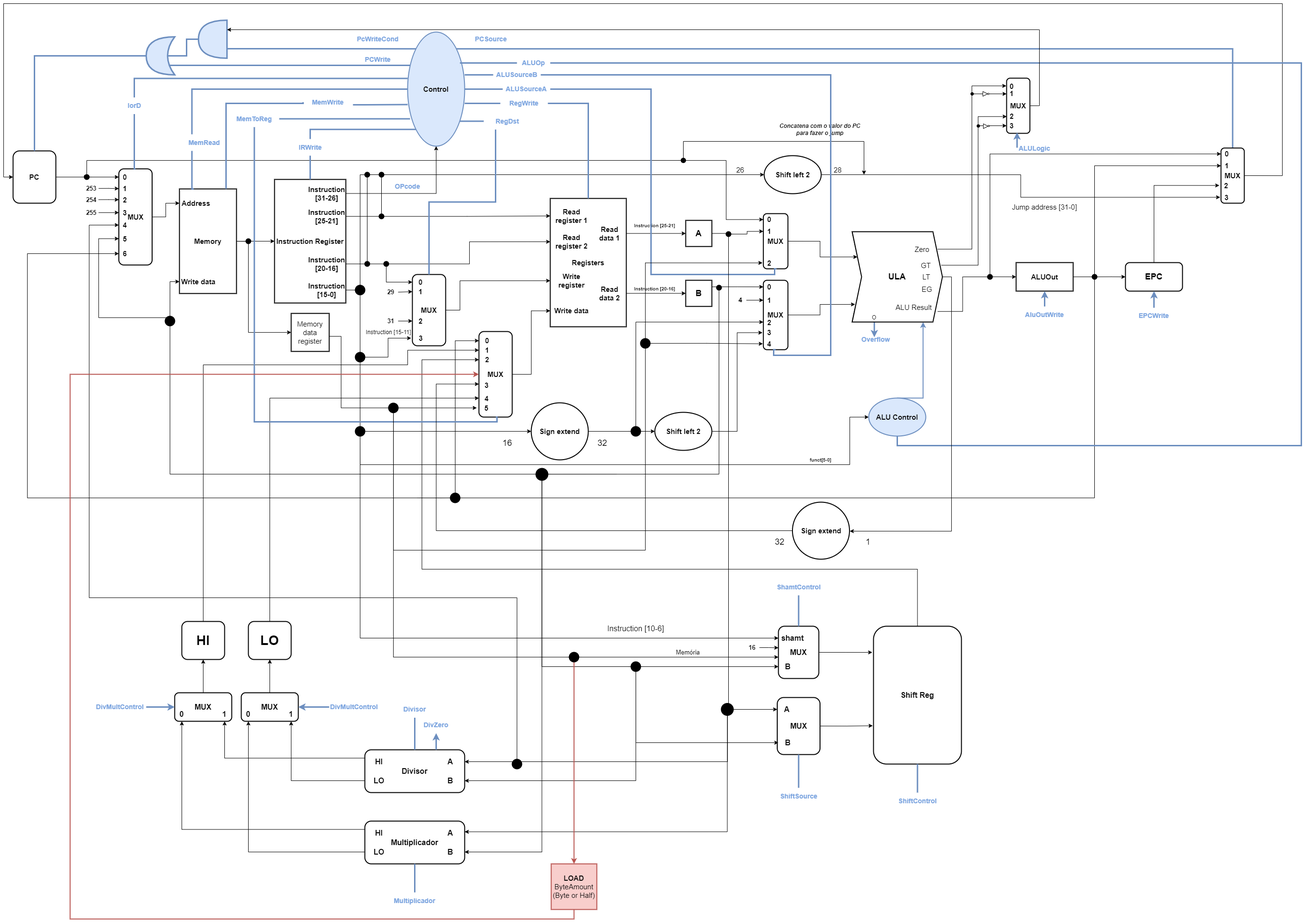
The draw.io diagram Projeto/Unidade de Processamento/Unidade de Processamento.png in phdfreitas/infrahw-2021-2, before a commit. Source tidied: cells renumbered, new cells last; positions are measured from the earlier drawing's top-left corner, leaving out a move shared by most shapes.
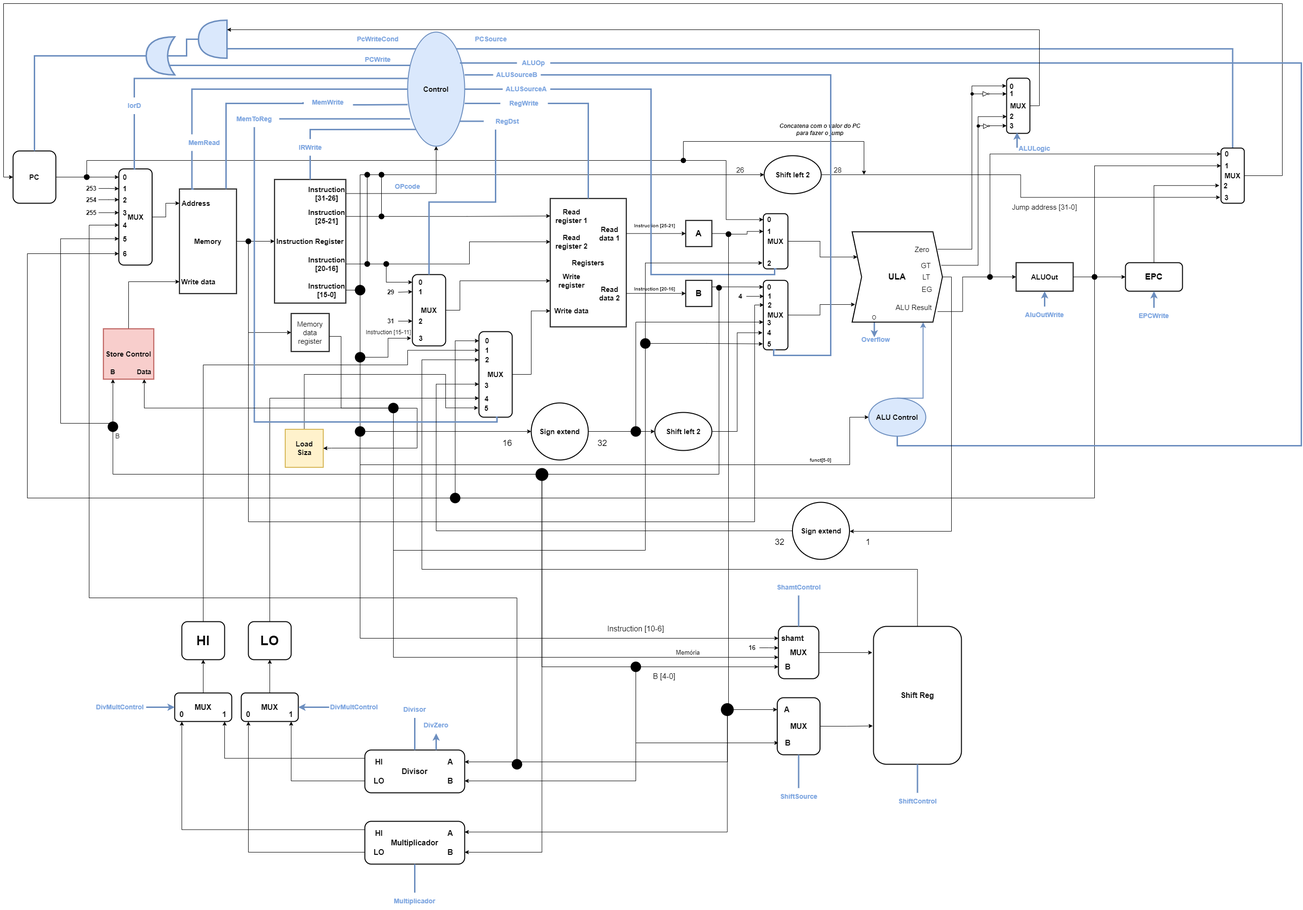
The same file after the commit.

Commit message:
correção sb, sh, lb, lh, addm

Diff of the diagram source:
```diff
@@ -2,6 +2,18 @@
   <root>
     <mxCell id="0" />
     <mxCell id="1" parent="0" />
+    <mxCell id="349" style="edgeStyle=orthogonalEdgeStyle;rounded=0;jettySize=auto;html=1;exitX=0.5;exitY=0;exitDx=0;exitDy=0;entryX=0;entryY=1;entryDx=0;entryDy=0;" parent="1" edge="1" source="345" target="97">
+      <mxGeometry relative="1" as="geometry">
+        <Array as="points">
+          <mxPoint x="633" y="780" />
+          <mxPoint x="930" y="780" />
+          <mxPoint x="930" y="850" />
+        </Array>
+      </mxGeometry>
+    </mxCell>
+    <mxCell id="345" value="&lt;b&gt;Load&lt;br&gt;Siza&lt;br&gt;&lt;/b&gt;" style="whiteSpace=wrap;html=1;fontSize=15;strokeWidth=2;fillColor=#fff2cc;strokeColor=#d6b656;" parent="1" vertex="1">
+      <mxGeometry x="592.5" y="895.5" width="80" height="80" as="geometry" />
+    </mxCell>
     <mxCell id="2" style="edgeStyle=orthogonalEdgeStyle;rounded=0;orthogonalLoop=1;jettySize=auto;html=1;exitX=0.5;exitY=0;exitDx=0;exitDy=0;strokeWidth=3;fillColor=#dae8fc;strokeColor=#6c8ebf;" parent="1" edge="1">
       <mxGeometry relative="1" as="geometry">
         <mxPoint x="1831.7" y="669.8" as="sourcePoint" />
@@ -80,12 +92,15 @@
     <mxCell id="26" value="&lt;b&gt;Instruction [15-0]&lt;/b&gt;" style="text;html=1;strokeColor=none;fillColor=none;align=center;verticalAlign=middle;whiteSpace=wrap;rounded=0;fontSize=15;" parent="21" vertex="1">
       <mxGeometry x="70" y="215" width="80" height="35.5" as="geometry" />
     </mxCell>
-    <mxCell id="27" style="edgeStyle=orthogonalEdgeStyle;rounded=0;jettySize=auto;html=1;exitX=1;exitY=0.5;exitDx=0;exitDy=0;entryX=0;entryY=0.5;entryDx=0;entryDy=0;fontSize=12;endArrow=classic;endFill=1;" parent="1" edge="1" source="28" target="95">
+    <mxCell id="27" style="edgeStyle=orthogonalEdgeStyle;rounded=0;jettySize=auto;html=1;exitX=1;exitY=0.5;exitDx=0;exitDy=0;fontSize=12;endArrow=classic;endFill=1;entryX=1;entryY=0.5;entryDx=0;entryDy=0;" parent="1" edge="1" source="28" target="345">
       <mxGeometry relative="1" as="geometry">
         <Array as="points">
           <mxPoint x="685" y="700" />
           <mxPoint x="710" y="700" />
           <mxPoint x="710" y="851" />
+          <mxPoint x="870" y="851" />
+          <mxPoint x="870" y="935" />
+          <mxPoint x="690" y="935" />
         </Array>
       </mxGeometry>
     </mxCell>
@@ -361,37 +376,27 @@
     <mxCell id="110" value="&lt;b&gt;0&lt;/b&gt;" style="text;html=1;strokeColor=none;fillColor=none;align=center;verticalAlign=middle;whiteSpace=wrap;rounded=0;fontSize=15;" parent="108" vertex="1">
       <mxGeometry x="14.8" width="25.9" height="27.9" as="geometry" />
     </mxCell>
-    <mxCell id="111" value="&lt;b&gt;3&lt;/b&gt;" style="text;html=1;strokeColor=none;fillColor=none;align=center;verticalAlign=middle;whiteSpace=wrap;rounded=0;fontSize=15;" parent="108" vertex="1">
+    <mxCell id="111" value="&lt;b&gt;4&lt;/b&gt;" style="text;html=1;strokeColor=none;fillColor=none;align=center;verticalAlign=middle;whiteSpace=wrap;rounded=0;fontSize=15;" parent="108" vertex="1">
       <mxGeometry x="12.9" y="90" width="29.6" height="40.4" as="geometry" />
     </mxCell>
     <mxCell id="112" value="&lt;b&gt;1&lt;/b&gt;" style="text;html=1;strokeColor=none;fillColor=none;align=center;verticalAlign=middle;whiteSpace=wrap;rounded=0;fontSize=15;" parent="108" vertex="1">
-      <mxGeometry x="14.8" y="27.9" width="25.9" height="27.9" as="geometry" />
+      <mxGeometry x="15.8" y="18.6" width="25.9" height="27.9" as="geometry" />
     </mxCell>
-    <mxCell id="113" value="&lt;b&gt;2&lt;/b&gt;" style="text;html=1;strokeColor=none;fillColor=none;align=center;verticalAlign=middle;whiteSpace=wrap;rounded=0;fontSize=15;" parent="108" vertex="1">
+    <mxCell id="113" value="&lt;b&gt;3&lt;/b&gt;" style="text;html=1;strokeColor=none;fillColor=none;align=center;verticalAlign=middle;whiteSpace=wrap;rounded=0;fontSize=15;" parent="108" vertex="1">
       <mxGeometry x="14.8" y="74.5" width="25.9" height="27.9" as="geometry" />
     </mxCell>
-    <mxCell id="114" value="&lt;b&gt;4&lt;/b&gt;" style="text;html=1;strokeColor=none;fillColor=none;align=center;verticalAlign=middle;whiteSpace=wrap;rounded=0;fontSize=15;" parent="108" vertex="1">
+    <mxCell id="114" value="&lt;b&gt;5&lt;/b&gt;" style="text;html=1;strokeColor=none;fillColor=none;align=center;verticalAlign=middle;whiteSpace=wrap;rounded=0;fontSize=15;" parent="108" vertex="1">
       <mxGeometry x="13.7" y="121.2" width="28" height="24.9" as="geometry" />
     </mxCell>
-    <mxCell id="115" style="edgeStyle=orthogonalEdgeStyle;rounded=0;jettySize=auto;html=1;exitX=1;exitY=0.5;exitDx=0;exitDy=0;entryX=0;entryY=0.5;entryDx=0;entryDy=0;fontSize=14;strokeWidth=1;" parent="107" edge="1" source="116" target="112">
-      <mxGeometry relative="1" as="geometry" />
-    </mxCell>
-    <mxCell id="116" value="&lt;b&gt;&lt;font color=&quot;#000000&quot; style=&quot;font-size: 14px&quot;&gt;4&lt;/font&gt;&lt;/b&gt;" style="text;html=1;strokeColor=none;fillColor=none;align=center;verticalAlign=middle;whiteSpace=wrap;rounded=0;fontColor=#FF3333;" parent="107" vertex="1">
-      <mxGeometry x="-17.5" y="26.9" width="25" height="30" as="geometry" />
-    </mxCell>
+    <mxCell id="350" value="&lt;b&gt;2&lt;/b&gt;" style="text;html=1;strokeColor=none;fillColor=none;align=center;verticalAlign=middle;whiteSpace=wrap;rounded=0;fontSize=15;" parent="108" vertex="1">
+      <mxGeometry x="15.8" y="37.8" width="25.9" height="27.9" as="geometry" />
+    </mxCell>
     <mxCell id="117" style="group;" parent="1" vertex="1">
       <mxGeometry x="1440" y="592.7" width="10" height="10" as="geometry" />
     </mxCell>
     <mxCell id="118" style="edgeStyle=orthogonalEdgeStyle;rounded=0;jettySize=auto;html=1;exitX=1;exitY=0.25;exitDx=0;exitDy=0;fontSize=18;endArrow=classic;endFill=1;" parent="117" edge="1" source="104" target="110">
       <mxGeometry relative="1" as="geometry" />
     </mxCell>
-    <mxCell id="119" style="edgeStyle=orthogonalEdgeStyle;rounded=0;jettySize=auto;html=1;fontSize=18;endArrow=classic;endFill=1;entryX=0;entryY=0.5;entryDx=0;entryDy=0;exitX=0.5;exitY=1;exitDx=0;exitDy=0;startArrow=none;" parent="1" edge="1" source="307" target="18">
-      <mxGeometry relative="1" as="geometry">
-        <Array as="points">
-          <mxPoint x="350" y="585" />
-        </Array>
-      </mxGeometry>
-    </mxCell>
     <mxCell id="120" style="ellipse;whiteSpace=wrap;html=1;fontSize=15;strokeWidth=2;fillColor=#000000;" parent="1" vertex="1">
       <mxGeometry x="1500" y="592.7" width="10" height="10" as="geometry" />
     </mxCell>
@@ -1080,8 +1085,9 @@
     <mxCell id="293" value="&lt;b&gt;&lt;font style=&quot;font-size: 13px&quot;&gt;16&lt;/font&gt;&lt;/b&gt;" style="text;html=1;strokeColor=none;fillColor=none;align=center;verticalAlign=middle;whiteSpace=wrap;rounded=0;" parent="1" vertex="1">
       <mxGeometry x="1560" y="1340" width="30" height="30" as="geometry" />
     </mxCell>
-    <mxCell id="294" style="edgeStyle=orthogonalEdgeStyle;rounded=0;jettySize=auto;html=1;exitX=0;exitY=0.5;exitDx=0;exitDy=0;fontSize=13;fontColor=#FF0000;endArrow=classic;endFill=1;strokeWidth=1;entryX=0;entryY=0.5;entryDx=0;entryDy=0;startArrow=none;" parent="1" edge="1" source="347">
+    <mxCell id="294" style="edgeStyle=orthogonalEdgeStyle;rounded=0;orthogonalLoop=1;jettySize=auto;html=1;exitX=0;exitY=0.5;exitDx=0;exitDy=0;fontSize=13;fontColor=#FF0000;endArrow=classic;endFill=1;strokeWidth=1;entryX=0;entryY=0.5;entryDx=0;entryDy=0;startArrow=none;" parent="1" edge="1">
       <mxGeometry relative="1" as="geometry">
+        <mxPoint x="1190" y="1375" as="sourcePoint" />
         <mxPoint x="1630" y="1375" as="targetPoint" />
         <Array as="points">
           <mxPoint x="820" y="1375" />
@@ -1098,6 +1104,9 @@
         </Array>
       </mxGeometry>
     </mxCell>
+    <mxCell id="351" style="edgeStyle=orthogonalEdgeStyle;rounded=0;jettySize=auto;html=1;exitX=0;exitY=0.5;exitDx=0;exitDy=0;entryX=0.5;entryY=1;entryDx=0;entryDy=0;fontSize=14;endArrow=classic;endFill=1;" parent="1" edge="1" source="296" target="357">
+      <mxGeometry relative="1" as="geometry" />
+    </mxCell>
     <mxCell id="296" style="ellipse;whiteSpace=wrap;html=1;fontSize=15;strokeWidth=2;fillColor=#000000;" parent="1" vertex="1">
       <mxGeometry x="810" y="840.7" width="20" height="20" as="geometry" />
     </mxCell>
@@ -1144,19 +1153,16 @@
     <mxCell id="306" style="edgeStyle=orthogonalEdgeStyle;rounded=0;jettySize=auto;html=1;exitX=0;exitY=0;exitDx=0;exitDy=0;entryX=0;entryY=0.5;entryDx=0;entryDy=0;strokeWidth=1;" parent="1" edge="1" source="307" target="14">
       <mxGeometry relative="1" as="geometry">
         <Array as="points">
-          <mxPoint x="200" y="661" />
-          <mxPoint x="200" y="495" />
+          <mxPoint x="120" y="883" />
+          <mxPoint x="120" y="495" />
         </Array>
       </mxGeometry>
     </mxCell>
-    <mxCell id="307" style="ellipse;whiteSpace=wrap;html=1;fontSize=15;strokeWidth=2;fillColor=#000000;" parent="1" vertex="1">
-      <mxGeometry x="340" y="657.9" width="20" height="20" as="geometry" />
-    </mxCell>
-    <mxCell id="308" style="edgeStyle=orthogonalEdgeStyle;rounded=0;jettySize=auto;html=1;fontSize=18;endArrow=none;endFill=1;entryX=0;entryY=0.5;entryDx=0;entryDy=0;exitX=0.5;exitY=1;exitDx=0;exitDy=0;" parent="1" edge="1" source="120" target="307">
+    <mxCell id="308" style="edgeStyle=orthogonalEdgeStyle;rounded=0;jettySize=auto;html=1;fontSize=18;endArrow=classic;endFill=1;exitX=0.5;exitY=1;exitDx=0;exitDy=0;entryX=0.5;entryY=1;entryDx=0;entryDy=0;startArrow=none;" parent="1" edge="1" source="307" target="356">
       <mxGeometry relative="1" as="geometry">
         <Array as="points">
-          <mxPoint x="1505" y="990" />
-          <mxPoint x="350" y="990" />
+          <mxPoint x="230" y="880" />
+          <mxPoint x="230" y="880" />
         </Array>
       </mxGeometry>
     </mxCell>
@@ -1301,31 +1307,58 @@
     <mxCell id="343" value="&lt;b&gt;DivMultControl&lt;/b&gt;" style="text;html=1;strokeColor=none;fillColor=none;align=center;verticalAlign=middle;whiteSpace=wrap;rounded=0;fontSize=14;fontColor=#7EA6E0;" parent="1" vertex="1">
       <mxGeometry x="190" y="1462.5" width="110" height="35" as="geometry" />
     </mxCell>
-    <mxCell id="344" style="edgeStyle=orthogonalEdgeStyle;rounded=0;jettySize=auto;html=1;exitX=0.5;exitY=1;exitDx=0;exitDy=0;entryX=0;entryY=0.5;entryDx=0;entryDy=0;strokeWidth=2;fillColor=#f8cecc;strokeColor=#b85450;" parent="1" edge="1" source="345" target="93">
-      <mxGeometry relative="1" as="geometry">
-        <Array as="points">
-          <mxPoint x="1200" y="1926" />
-          <mxPoint x="140" y="1926" />
-          <mxPoint x="140" y="780" />
-        </Array>
-      </mxGeometry>
-    </mxCell>
-    <mxCell id="345" value="&lt;b&gt;LOAD&lt;/b&gt;&lt;br&gt;ByteAmount&lt;br&gt;(Byte or Half)" style="whiteSpace=wrap;html=1;fontSize=15;strokeWidth=2;fillColor=#f8cecc;strokeColor=#b85450;" parent="1" vertex="1">
-      <mxGeometry x="1152" y="1810" width="96" height="96" as="geometry" />
-    </mxCell>
-    <mxCell id="346" style="edgeStyle=orthogonalEdgeStyle;rounded=0;jettySize=auto;html=1;exitX=0.5;exitY=1;exitDx=0;exitDy=0;entryX=0.5;entryY=0;entryDx=0;entryDy=0;strokeWidth=2;fillColor=#f8cecc;strokeColor=#b85450;" parent="1" edge="1" source="347" target="345">
-      <mxGeometry relative="1" as="geometry" />
-    </mxCell>
-    <mxCell id="347" style="ellipse;whiteSpace=wrap;html=1;fontSize=15;strokeWidth=2;fillColor=#000000;" parent="1" vertex="1">
-      <mxGeometry x="1190" y="1365" width="20" height="20" as="geometry" />
-    </mxCell>
-    <mxCell id="348" style="edgeStyle=orthogonalEdgeStyle;rounded=0;jettySize=auto;html=1;exitX=0;exitY=0.5;exitDx=0;exitDy=0;fontSize=13;fontColor=#FF0000;endArrow=none;endFill=1;strokeWidth=1;entryX=0;entryY=0.5;entryDx=0;entryDy=0;startArrow=none;" parent="1" edge="1" source="296" target="347">
+    <mxCell id="348" style="edgeStyle=orthogonalEdgeStyle;rounded=0;jettySize=auto;html=1;exitX=0;exitY=0.5;exitDx=0;exitDy=0;fontSize=13;fontColor=#FF0000;endArrow=none;endFill=1;strokeWidth=1;entryX=0;entryY=0.5;entryDx=0;entryDy=0;startArrow=none;" parent="1" edge="1" source="296">
       <mxGeometry relative="1" as="geometry">
+        <mxPoint x="1190" y="1375" as="targetPoint" />
         <Array as="points">
           <mxPoint x="820" y="851" />
           <mxPoint x="820" y="1375" />
         </Array>
       </mxGeometry>
     </mxCell>
+    <mxCell id="352" value="B [4-0]" style="text;html=1;strokeColor=none;fillColor=none;align=center;verticalAlign=middle;whiteSpace=wrap;rounded=0;fontSize=16;" parent="1" vertex="1">
+      <mxGeometry x="1320" y="1400" width="140" height="30" as="geometry" />
+    </mxCell>
+    <mxCell id="116" value="&lt;b&gt;&lt;font color=&quot;#000000&quot; style=&quot;font-size: 14px&quot;&gt;4&lt;/font&gt;&lt;/b&gt;" style="text;html=1;strokeColor=none;fillColor=none;align=center;verticalAlign=middle;whiteSpace=wrap;rounded=0;fontColor=#FF3333;" parent="1" vertex="1">
+      <mxGeometry x="1537.5" y="600.8" width="25" height="30" as="geometry" />
+    </mxCell>
+    <mxCell id="115" style="edgeStyle=orthogonalEdgeStyle;rounded=0;jettySize=auto;html=1;exitX=1;exitY=0.5;exitDx=0;exitDy=0;entryX=0;entryY=0.5;entryDx=0;entryDy=0;fontSize=14;strokeWidth=1;" parent="1" edge="1" source="116" target="112">
+      <mxGeometry relative="1" as="geometry" />
+    </mxCell>
+    <mxCell id="353" style="edgeStyle=orthogonalEdgeStyle;rounded=0;jettySize=auto;html=1;exitX=0.5;exitY=1;exitDx=0;exitDy=0;entryX=0;entryY=0.5;entryDx=0;entryDy=0;" parent="1" edge="1" source="31" target="350">
+      <mxGeometry relative="1" as="geometry">
+        <Array as="points">
+          <mxPoint x="515" y="1090" />
+          <mxPoint x="1580" y="1090" />
+          <mxPoint x="1580" y="634" />
+        </Array>
+      </mxGeometry>
+    </mxCell>
+    <mxCell id="354" style="edgeStyle=orthogonalEdgeStyle;rounded=0;jettySize=auto;html=1;exitX=0.5;exitY=0;exitDx=0;exitDy=0;entryX=0;entryY=0.5;entryDx=0;entryDy=0;fontSize=14;endArrow=classic;endFill=1;" parent="1" edge="1" source="355" target="18">
+      <mxGeometry relative="1" as="geometry" />
+    </mxCell>
+    <mxCell id="355" value="&lt;b&gt;Store Control&lt;br&gt;&lt;/b&gt;" style="whiteSpace=wrap;html=1;fontSize=15;strokeWidth=2;fillColor=#f8cecc;strokeColor=#b85450;" parent="1" vertex="1">
+      <mxGeometry x="210" y="684" width="106" height="106" as="geometry" />
+    </mxCell>
+    <mxCell id="356" value="&lt;b&gt;&lt;font style=&quot;font-size: 14px&quot;&gt;B&lt;/font&gt;&lt;/b&gt;" style="text;html=1;strokeColor=none;fillColor=none;align=center;verticalAlign=middle;whiteSpace=wrap;rounded=0;" parent="1" vertex="1">
+      <mxGeometry x="210" y="760" width="40" height="30" as="geometry" />
+    </mxCell>
+    <mxCell id="357" value="&lt;b&gt;&lt;font style=&quot;font-size: 14px&quot;&gt;Data&lt;/font&gt;&lt;/b&gt;" style="text;html=1;strokeColor=none;fillColor=none;align=center;verticalAlign=middle;whiteSpace=wrap;rounded=0;" parent="1" vertex="1">
+      <mxGeometry x="276" y="760" width="40" height="30" as="geometry" />
+    </mxCell>
+    <mxCell id="307" style="ellipse;whiteSpace=wrap;html=1;fontSize=15;strokeWidth=2;fillColor=#000000;" parent="1" vertex="1">
+      <mxGeometry x="220" y="880" width="20" height="20" as="geometry" />
+    </mxCell>
+    <mxCell id="358" style="edgeStyle=orthogonalEdgeStyle;rounded=0;jettySize=auto;html=1;fontSize=18;endArrow=none;endFill=1;exitX=0.5;exitY=1;exitDx=0;exitDy=0;entryX=0.5;entryY=1;entryDx=0;entryDy=0;" parent="1" edge="1" source="120" target="307">
+      <mxGeometry relative="1" as="geometry">
+        <Array as="points">
+          <mxPoint x="1505" y="990" />
+          <mxPoint x="230" y="990" />
+        </Array>
+      </mxGeometry>
+    </mxCell>
+    <mxCell id="359" value="B" style="text;html=1;strokeColor=none;fillColor=none;align=center;verticalAlign=middle;whiteSpace=wrap;rounded=0;fontSize=14;" parent="1" vertex="1">
+      <mxGeometry x="210" y="895.5" width="60" height="30" as="geometry" />
+    </mxCell>
   </root>
 </mxGraphModel>
```
